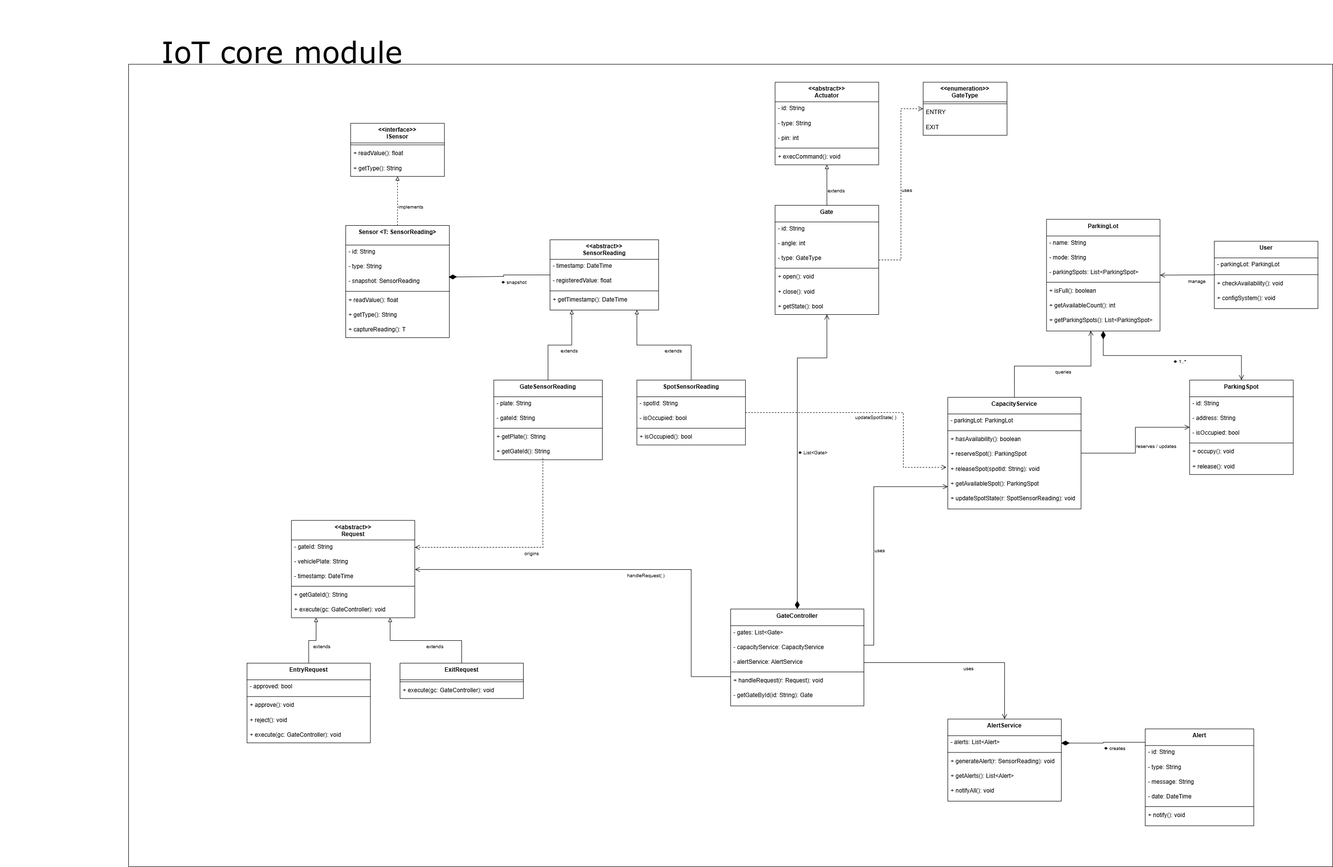
The draw.io diagram docs/uml/uml_2.drawio.png in Raylex16/smart-parking-lot, before a commit. Source tidied: cells renumbered, new cells last; positions are measured from the earlier drawing's top-left corner, leaving out a move shared by most shapes.
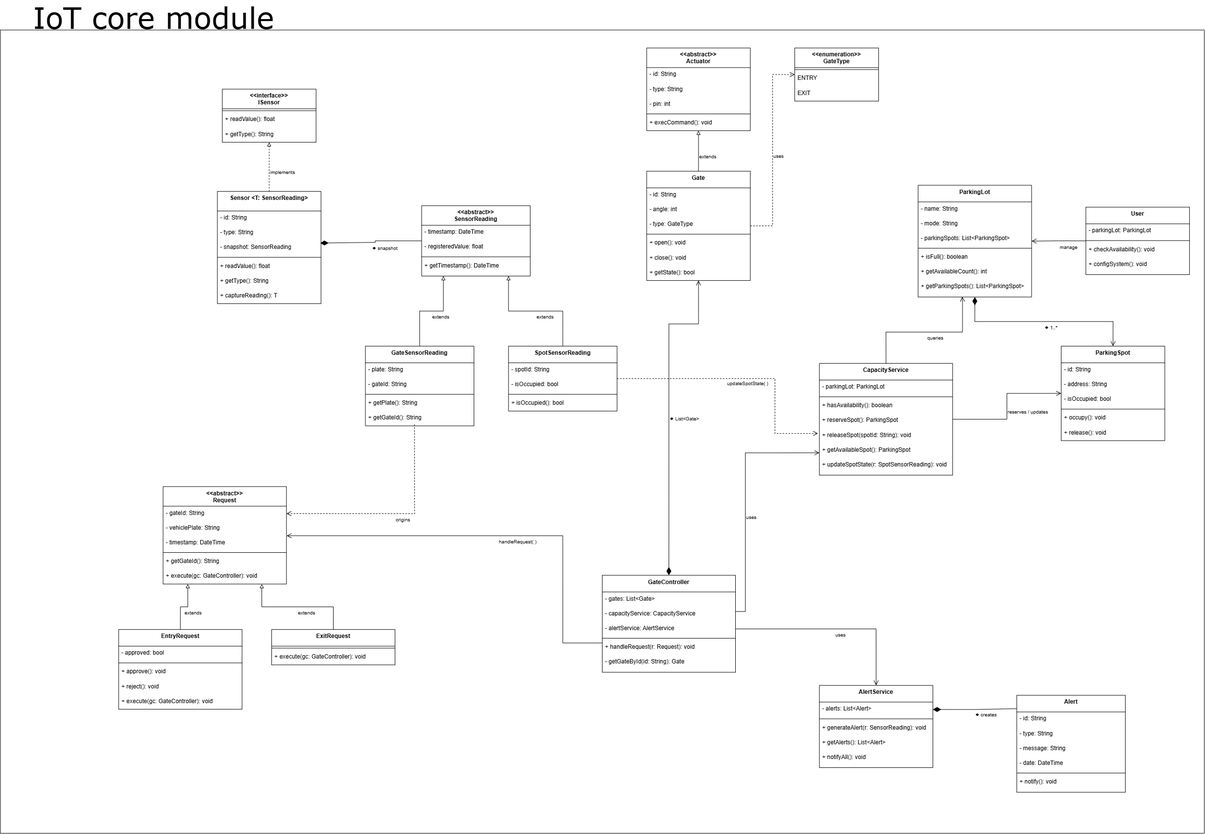
Above is the later version.

The edit, as a diff of the source:
```diff
@@ -2,11 +2,11 @@
   <root>
     <mxCell id="0" />
     <mxCell id="1" parent="0" />
-    <mxCell id="2" style="group;" parent="1" vertex="1">
-      <mxGeometry width="2720" height="1770" as="geometry" />
-    </mxCell>
+    <mxCell id="153" style="group;" parent="1" vertex="1">
+      <mxGeometry x="-127" y="40" width="2458.1" height="1680" as="geometry" />
+    </mxCell>
-    <mxCell id="3" style="swimlane;startSize=0;" parent="2" vertex="1">
-      <mxGeometry x="261.9" y="130.7" width="2458.1" height="1639.3" as="geometry" />
+    <mxCell id="3" style="swimlane;startSize=0;" parent="153" vertex="1">
+      <mxGeometry y="40.7" width="2458.1" height="1639.3" as="geometry" />
     </mxCell>
     <mxCell id="4" value="&lt;&lt;interface&gt;&gt;&#10;ISensor" style="swimlane;fontStyle=1;align=center;verticalAlign=top;horizontal=1;startSize=40;" parent="3" vertex="1">
       <mxGeometry x="453.3" y="120.7" width="191.4" height="108.4" as="geometry" />
@@ -498,8 +498,8 @@
     <mxCell id="151" value="+ notify(): void" style="text;strokeColor=none;fillColor=none;align=left;verticalAlign=top;spacingLeft=4;spacingRight=4;overflow=hidden;" parent="145" vertex="1">
       <mxGeometry y="162.7" width="221.6" height="35.2" as="geometry" />
     </mxCell>
-    <mxCell id="152" value="&lt;font style=&quot;font-size: 60px;&quot; face=&quot;Verdana&quot;&gt;IoT core module&lt;/font&gt;" style="text;html=1;whiteSpace=wrap;strokeColor=none;fillColor=none;align=center;verticalAlign=middle;rounded=0;" parent="2" vertex="1">
-      <mxGeometry x="263" y="90" width="624.6" height="30.2" as="geometry" />
+    <mxCell id="152" value="&lt;font style=&quot;font-size: 60px;&quot; face=&quot;Verdana&quot;&gt;IoT core module&lt;/font&gt;" style="text;html=1;whiteSpace=wrap;strokeColor=none;fillColor=none;align=center;verticalAlign=middle;rounded=0;" parent="153" vertex="1">
+      <mxGeometry x="1.1" width="624.6" height="30.2" as="geometry" />
     </mxCell>
   </root>
 </mxGraphModel>
```
